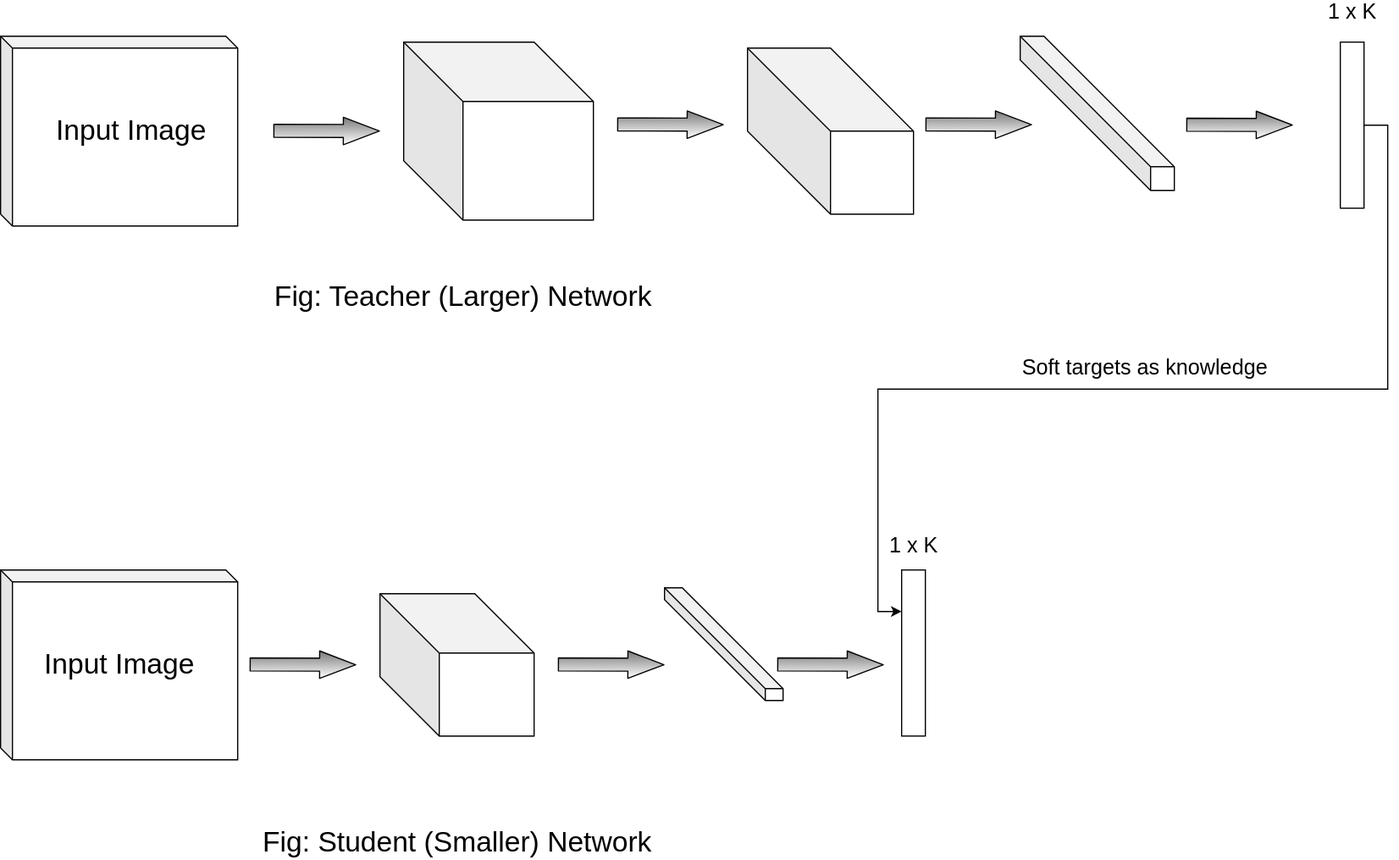
The draw.io diagram assets/images/kd/kd_arch.svg in pmgautam/personal-blog, before a commit. Source tidied: cells renumbered, new cells last; positions are measured from the earlier drawing's top-left corner, leaving out a move shared by most shapes. Its diagram source:
```xml
<mxGraphModel>
  <root>
    <mxCell id="0" />
    <mxCell id="1" parent="0" />
    <mxCell id="2" style="shape=cube;whiteSpace=wrap;html=1;boundedLbl=1;backgroundOutline=1;darkOpacity=0.05;darkOpacity2=0.1;size=10;" parent="1" vertex="1">
      <mxGeometry y="30" width="200" height="160" as="geometry" />
    </mxCell>
    <mxCell id="3" style="shape=cube;whiteSpace=wrap;html=1;boundedLbl=1;backgroundOutline=1;darkOpacity=0.05;darkOpacity2=0.1;size=50;" parent="1" vertex="1">
      <mxGeometry x="320" y="500" width="130" height="120" as="geometry" />
    </mxCell>
    <mxCell id="4" style="shape=cube;whiteSpace=wrap;html=1;boundedLbl=1;backgroundOutline=1;darkOpacity=0.05;darkOpacity2=0.1;size=70;" parent="1" vertex="1">
      <mxGeometry x="630" y="40" width="140" height="140" as="geometry" />
    </mxCell>
    <mxCell id="5" style="shape=cube;whiteSpace=wrap;html=1;boundedLbl=1;backgroundOutline=1;darkOpacity=0.05;darkOpacity2=0.1;size=110;" parent="1" vertex="1">
      <mxGeometry x="860" y="30" width="130" height="130" as="geometry" />
    </mxCell>
    <mxCell id="6" style="shape=cube;whiteSpace=wrap;html=1;boundedLbl=1;backgroundOutline=1;darkOpacity=0.05;darkOpacity2=0.1;size=10;" parent="1" vertex="1">
      <mxGeometry y="480" width="200" height="160" as="geometry" />
    </mxCell>
    <mxCell id="7" style="shape=cube;whiteSpace=wrap;html=1;boundedLbl=1;backgroundOutline=1;darkOpacity=0.05;darkOpacity2=0.1;size=85;" parent="1" vertex="1">
      <mxGeometry x="560" y="495" width="100" height="95" as="geometry" />
    </mxCell>
    <mxCell id="8" style="shape=cube;whiteSpace=wrap;html=1;boundedLbl=1;backgroundOutline=1;darkOpacity=0.05;darkOpacity2=0.1;size=50;" parent="1" vertex="1">
      <mxGeometry x="340" y="35" width="160" height="150" as="geometry" />
    </mxCell>
    <mxCell id="9" style="edgeStyle=orthogonalEdgeStyle;rounded=0;jettySize=auto;html=1;exitX=1;exitY=0.5;exitDx=0;exitDy=0;entryX=0;entryY=0.25;entryDx=0;entryDy=0;fillColor=#ffffff;gradientColor=#ffffff;" parent="1" edge="1" source="10" target="11">
      <mxGeometry relative="1" as="geometry" />
    </mxCell>
    <mxCell id="10" style="rounded=0;whiteSpace=wrap;html=1;" parent="1" vertex="1">
      <mxGeometry x="1130" y="35" width="20" height="140" as="geometry" />
    </mxCell>
    <mxCell id="11" style="rounded=0;whiteSpace=wrap;html=1;" parent="1" vertex="1">
      <mxGeometry x="760" y="480" width="20" height="140" as="geometry" />
    </mxCell>
    <mxCell id="12" style="shape=flexArrow;endArrow=classic;html=1;width=11.006711409395972;endSize=9.802684563758389;endWidth=11.140038736993828;gradientColor=#ffffff;fillColor=#787878;" parent="1" edge="1">
      <mxGeometry relative="1" as="geometry">
        <mxPoint x="230" y="109.8" as="sourcePoint" />
        <mxPoint x="320" y="110" as="targetPoint" />
      </mxGeometry>
    </mxCell>
    <mxCell id="13" style="shape=flexArrow;endArrow=classic;html=1;width=11.006711409395972;endSize=9.802684563758389;endWidth=11.140038736993828;fillColor=#787878;gradientColor=#ffffff;" parent="1" edge="1">
      <mxGeometry relative="1" as="geometry">
        <mxPoint x="520" y="104.4" as="sourcePoint" />
        <mxPoint x="610" y="104.7" as="targetPoint" />
      </mxGeometry>
    </mxCell>
    <mxCell id="14" style="shape=flexArrow;endArrow=classic;html=1;width=11.006711409395972;endSize=9.802684563758389;endWidth=11.140038736993828;fillColor=#787878;gradientColor=#ffffff;" parent="1" edge="1">
      <mxGeometry relative="1" as="geometry">
        <mxPoint x="780" y="104.4" as="sourcePoint" />
        <mxPoint x="870" y="104.7" as="targetPoint" />
      </mxGeometry>
    </mxCell>
    <mxCell id="15" style="shape=flexArrow;endArrow=classic;html=1;width=11.006711409395972;endSize=9.802684563758389;endWidth=11.140038736993828;fillColor=#787878;gradientColor=#ffffff;" parent="1" edge="1">
      <mxGeometry relative="1" as="geometry">
        <mxPoint x="1000" y="104.7" as="sourcePoint" />
        <mxPoint x="1090" y="104.9" as="targetPoint" />
      </mxGeometry>
    </mxCell>
    <mxCell id="16" style="shape=flexArrow;endArrow=classic;html=1;width=11.006711409395972;endSize=9.802684563758389;endWidth=11.140038736993828;fillColor=#787878;gradientColor=#ffffff;" parent="1" edge="1">
      <mxGeometry relative="1" as="geometry">
        <mxPoint x="210" y="559.7" as="sourcePoint" />
        <mxPoint x="300" y="559.9" as="targetPoint" />
      </mxGeometry>
    </mxCell>
    <mxCell id="17" style="shape=flexArrow;endArrow=classic;html=1;width=11.006711409395972;endSize=9.802684563758389;endWidth=11.140038736993828;fillColor=#787878;gradientColor=#ffffff;" parent="1" edge="1">
      <mxGeometry relative="1" as="geometry">
        <mxPoint x="470" y="559.7" as="sourcePoint" />
        <mxPoint x="560" y="559.9" as="targetPoint" />
      </mxGeometry>
    </mxCell>
    <mxCell id="18" style="shape=flexArrow;endArrow=classic;html=1;width=11.006711409395972;endSize=9.802684563758389;endWidth=11.140038736993828;fillColor=#787878;gradientColor=#ffffff;" parent="1" edge="1">
      <mxGeometry relative="1" as="geometry">
        <mxPoint x="655" y="559.7" as="sourcePoint" />
        <mxPoint x="745" y="559.9" as="targetPoint" />
      </mxGeometry>
    </mxCell>
    <mxCell id="19" value="&lt;font style=&quot;font-size: 24px&quot;&gt;Input Image&lt;/font&gt;" style="text;html=1;align=center;verticalAlign=middle;strokeColor=none;" parent="1" vertex="1">
      <mxGeometry x="40" y="100" width="140" height="20" as="geometry" />
    </mxCell>
    <mxCell id="20" value="&lt;font style=&quot;font-size: 24px&quot;&gt;Input Image&lt;/font&gt;" style="text;html=1;align=center;verticalAlign=middle;strokeColor=none;" parent="1" vertex="1">
      <mxGeometry x="30" y="550" width="140" height="20" as="geometry" />
    </mxCell>
    <mxCell id="21" value="&lt;font style=&quot;font-size: 24px&quot;&gt;Fig: Teacher (Larger) Network&lt;/font&gt;" style="text;html=1;align=center;verticalAlign=middle;strokeColor=none;" parent="1" vertex="1">
      <mxGeometry x="225" y="240" width="330" height="20" as="geometry" />
    </mxCell>
    <mxCell id="22" value="&lt;font style=&quot;font-size: 24px&quot;&gt;Fig: Student (Smaller) Network&lt;/font&gt;" style="text;html=1;align=center;verticalAlign=middle;strokeColor=none;" parent="1" vertex="1">
      <mxGeometry x="215" y="700" width="340" height="20" as="geometry" />
    </mxCell>
    <mxCell id="23" value="&lt;font style=&quot;font-size: 18px&quot;&gt;1 x K&lt;/font&gt;" style="text;html=1;align=center;verticalAlign=middle;strokeColor=none;" parent="1" vertex="1">
      <mxGeometry x="1110" width="60" height="20" as="geometry" />
    </mxCell>
    <mxCell id="24" value="&lt;font style=&quot;font-size: 18px&quot;&gt;1 x K&lt;/font&gt;" style="text;html=1;align=center;verticalAlign=middle;strokeColor=none;" parent="1" vertex="1">
      <mxGeometry x="740" y="450" width="60" height="20" as="geometry" />
    </mxCell>
    <mxCell id="25" value="&lt;font style=&quot;font-size: 18px&quot;&gt;Soft targets as knowledge&lt;/font&gt;" style="text;html=1;align=center;verticalAlign=middle;strokeColor=none;" parent="1" vertex="1">
      <mxGeometry x="855" y="300" width="220" height="20" as="geometry" />
    </mxCell>
  </root>
</mxGraphModel>
```
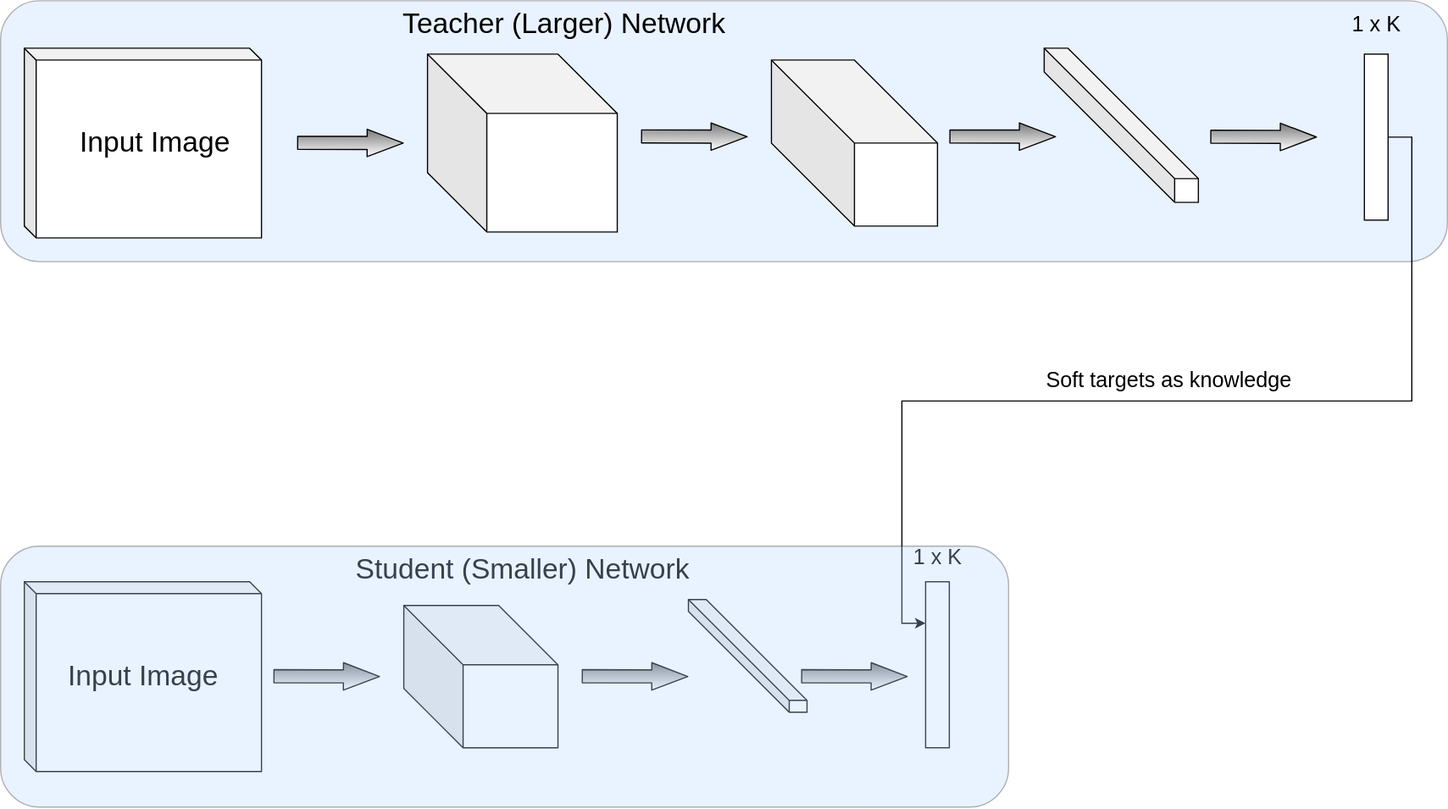
After the change.

Commit message:
Add KD architecture diagram

The edit, as a diff of the source:
```diff
@@ -2,6 +2,9 @@
   <root>
     <mxCell id="0" />
     <mxCell id="1" parent="0" />
+    <mxCell id="26" style="rounded=1;whiteSpace=wrap;html=1;fillColor=#B5D5FF;opacity=30;shadow=0;" parent="1" vertex="1">
+      <mxGeometry x="-20" y="-10" width="1220" height="220" as="geometry" />
+    </mxCell>
     <mxCell id="2" style="shape=cube;whiteSpace=wrap;html=1;boundedLbl=1;backgroundOutline=1;darkOpacity=0.05;darkOpacity2=0.1;size=10;" parent="1" vertex="1">
       <mxGeometry y="30" width="200" height="160" as="geometry" />
     </mxCell>
@@ -80,11 +83,11 @@
     <mxCell id="20" value="&lt;font style=&quot;font-size: 24px&quot;&gt;Input Image&lt;/font&gt;" style="text;html=1;align=center;verticalAlign=middle;strokeColor=none;" parent="1" vertex="1">
       <mxGeometry x="30" y="550" width="140" height="20" as="geometry" />
     </mxCell>
-    <mxCell id="21" value="&lt;font style=&quot;font-size: 24px&quot;&gt;Fig: Teacher (Larger) Network&lt;/font&gt;" style="text;html=1;align=center;verticalAlign=middle;strokeColor=none;" parent="1" vertex="1">
-      <mxGeometry x="225" y="240" width="330" height="20" as="geometry" />
+    <mxCell id="21" value="&lt;font style=&quot;font-size: 24px&quot;&gt;Teacher (Larger) Network&lt;/font&gt;" style="text;html=1;align=center;verticalAlign=middle;strokeColor=none;" parent="1" vertex="1">
+      <mxGeometry x="310" width="290" height="20" as="geometry" />
     </mxCell>
-    <mxCell id="22" value="&lt;font style=&quot;font-size: 24px&quot;&gt;Fig: Student (Smaller) Network&lt;/font&gt;" style="text;html=1;align=center;verticalAlign=middle;strokeColor=none;" parent="1" vertex="1">
-      <mxGeometry x="215" y="700" width="340" height="20" as="geometry" />
+    <mxCell id="22" value="&lt;font style=&quot;font-size: 24px&quot;&gt;Student (Smaller) Network&lt;/font&gt;" style="text;html=1;align=center;verticalAlign=middle;strokeColor=none;" parent="1" vertex="1">
+      <mxGeometry x="270" y="460" width="300" height="20" as="geometry" />
     </mxCell>
     <mxCell id="23" value="&lt;font style=&quot;font-size: 18px&quot;&gt;1 x K&lt;/font&gt;" style="text;html=1;align=center;verticalAlign=middle;strokeColor=none;" parent="1" vertex="1">
       <mxGeometry x="1110" width="60" height="20" as="geometry" />
@@ -95,5 +98,8 @@
     <mxCell id="25" value="&lt;font style=&quot;font-size: 18px&quot;&gt;Soft targets as knowledge&lt;/font&gt;" style="text;html=1;align=center;verticalAlign=middle;strokeColor=none;" parent="1" vertex="1">
       <mxGeometry x="855" y="300" width="220" height="20" as="geometry" />
     </mxCell>
+    <mxCell id="27" style="rounded=1;whiteSpace=wrap;html=1;fillColor=#B5D5FF;opacity=30;shadow=0;" parent="1" vertex="1">
+      <mxGeometry x="-20" y="450" width="850" height="220" as="geometry" />
+    </mxCell>
   </root>
 </mxGraphModel>
```
